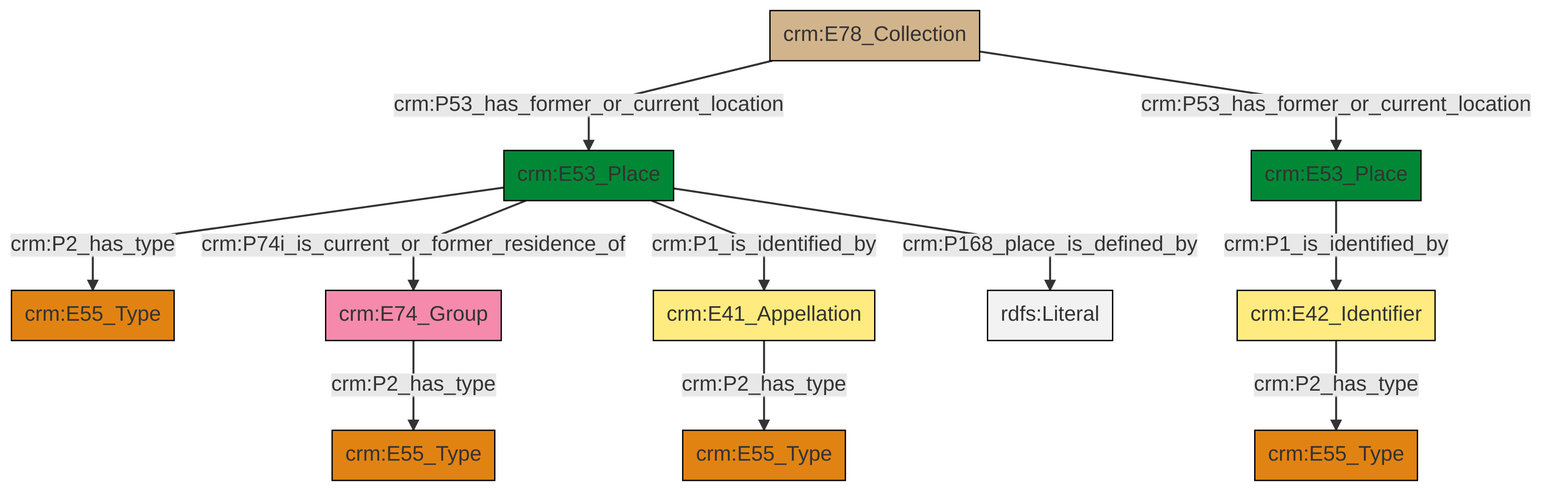
Above: et/archivalCSV/ttl/mmd/png/archival_location.png in swiss-art-research-net/docs.swissartresearch (Mermaid), before the change. Its source is kept beside it as et/archivalCSV/ttl/mmd/archival_location.ttl.mmd.
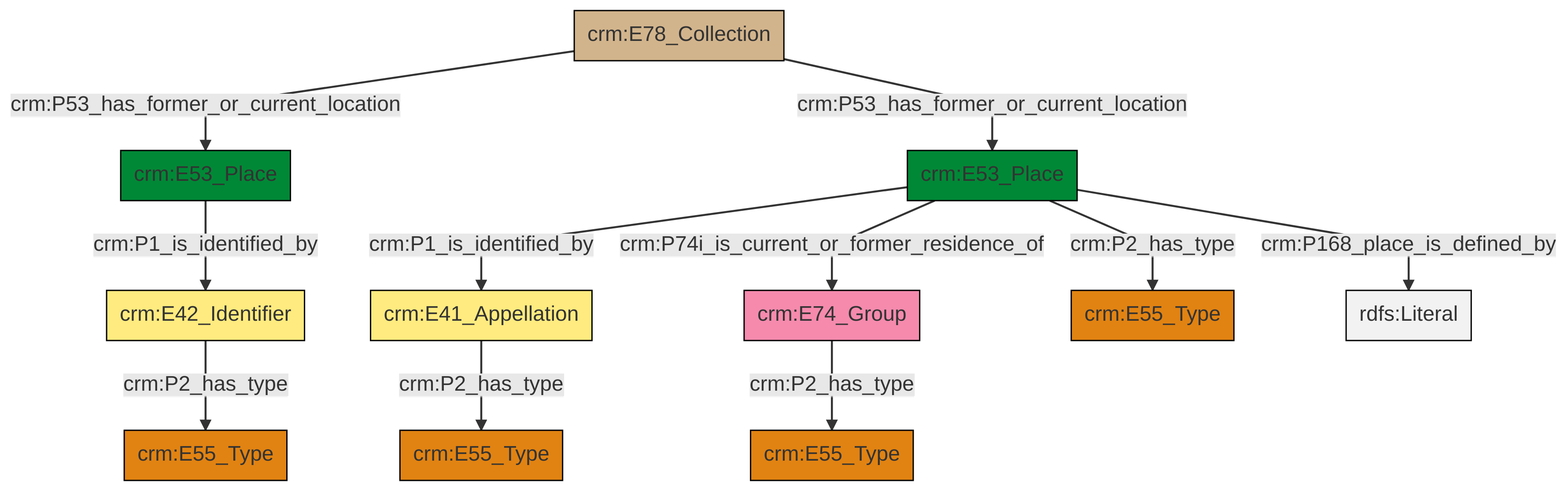
After the commit.

Change to the diagram source:
```diff
@@ -13,13 +13,13 @@
 classDef PC_Classes fill:#4ce600, stroke:#000000;
 classDef Multi fill:#cccccc,stroke:#000000;
 
-6["crm:E53_Place"]:::Place -->|crm:P2_has_type| 4["crm:E55_Type"]:::Type
-6["crm:E53_Place"]:::Place -->|crm:P74i_is_current_or_former_residence_of| 2["crm:E74_Group"]:::Actor
-18["crm:E42_Identifier"]:::Appellation -->|crm:P2_has_type| 8["crm:E55_Type"]:::Type
-6["crm:E53_Place"]:::Place -->|crm:P1_is_identified_by| 19["crm:E41_Appellation"]:::Appellation
-11["crm:E78_Collection"]:::Physical_Thing -->|crm:P53_has_former_or_current_location| 6["crm:E53_Place"]:::Place
-19["crm:E41_Appellation"]:::Appellation -->|crm:P2_has_type| 16["crm:E55_Type"]:::Type
-0["crm:E53_Place"]:::Place -->|crm:P1_is_identified_by| 18["crm:E42_Identifier"]:::Appellation
-6["crm:E53_Place"]:::Place -->|crm:P168_place_is_defined_by| 23[rdfs:Literal]:::Literal
-2["crm:E74_Group"]:::Actor -->|crm:P2_has_type| 13["crm:E55_Type"]:::Type
-11["crm:E78_Collection"]:::Physical_Thing -->|crm:P53_has_former_or_current_location| 0["crm:E53_Place"]:::Place
+0["crm:E41_Appellation"]:::Appellation -->|crm:P2_has_type| 1["crm:E55_Type"]:::Type
+2["crm:E53_Place"]:::Place -->|crm:P1_is_identified_by| 0["crm:E41_Appellation"]:::Appellation
+13["crm:E74_Group"]:::Actor -->|crm:P2_has_type| 14["crm:E55_Type"]:::Type
+6["crm:E53_Place"]:::Place -->|crm:P1_is_identified_by| 8["crm:E42_Identifier"]:::Appellation
+10["crm:E78_Collection"]:::Physical_Thing -->|crm:P53_has_former_or_current_location| 6["crm:E53_Place"]:::Place
+2["crm:E53_Place"]:::Place -->|crm:P74i_is_current_or_former_residence_of| 13["crm:E74_Group"]:::Actor
+2["crm:E53_Place"]:::Place -->|crm:P2_has_type| 18["crm:E55_Type"]:::Type
+10["crm:E78_Collection"]:::Physical_Thing -->|crm:P53_has_former_or_current_location| 2["crm:E53_Place"]:::Place
+8["crm:E42_Identifier"]:::Appellation -->|crm:P2_has_type| 3["crm:E55_Type"]:::Type
+2["crm:E53_Place"]:::Place -->|crm:P168_place_is_defined_by| 21[rdfs:Literal]:::Literal
```
